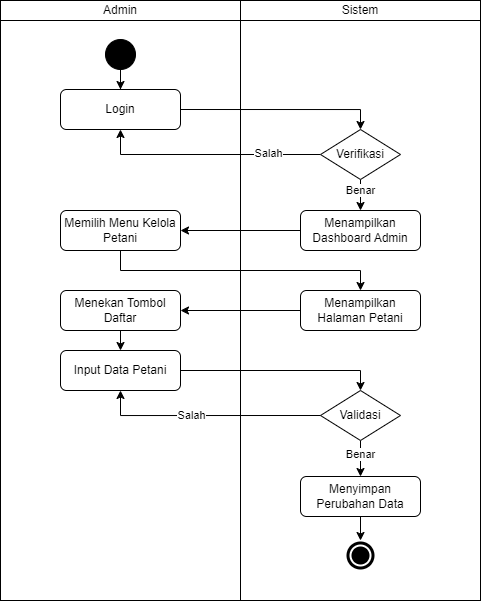
This is docs/activity-diagram/farmers/create-farmer.drawio.png from mitra-agro-usaha-perkebunan/maup-app-docs, a draw.io export, as it was before one commit. Source tidied: cells renumbered, new cells last; positions are measured from the earlier drawing's top-left corner, leaving out a move shared by most shapes.
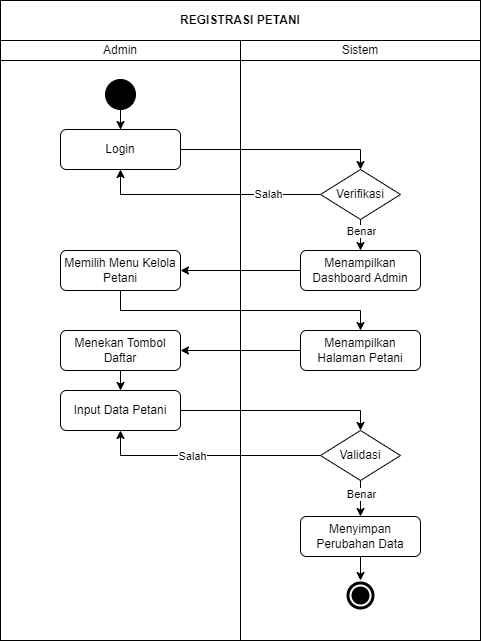
The same diagram one commit later.

Diff of the diagram source:
```diff
@@ -117,5 +117,8 @@
         <mxPoint y="-2" as="offset" />
       </mxGeometry>
     </mxCell>
+    <mxCell id="33" value="&lt;b&gt;REGISTRASI PETANI&lt;/b&gt;" style="rounded=0;whiteSpace=wrap;html=1;" parent="1" vertex="1">
+      <mxGeometry y="-40" width="480" height="40" as="geometry" />
+    </mxCell>
   </root>
 </mxGraphModel>
```
